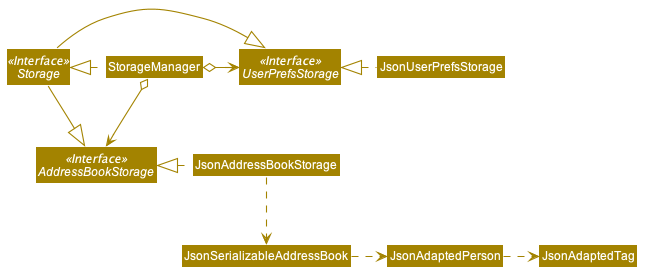
Earlier version of the PlantUML export docs/images/StorageClassDiagram.png (nus-cs2103-AY2021S2/tp).
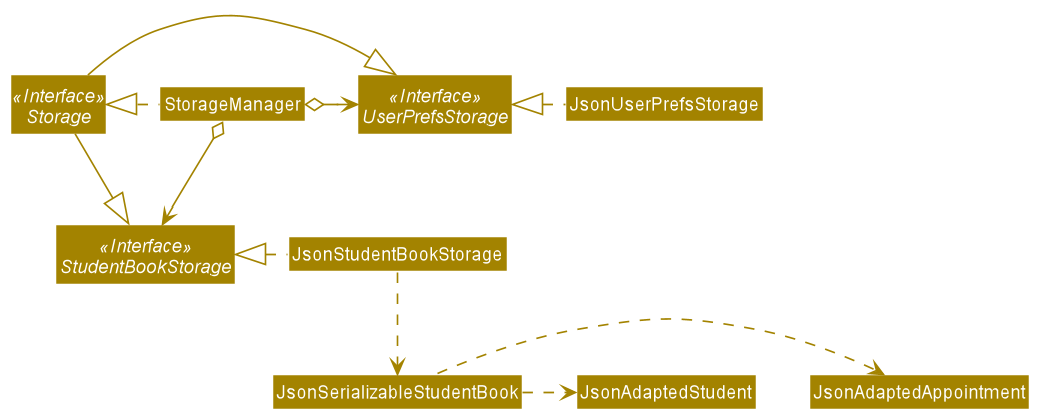
The same diagram one commit later.

What changed in the source:
```diff
@@ -1,74 +1,28 @@
 @startuml
-
-
-
-
-
-
-
-
-skinparam BackgroundColor #FFFFFFF
-
-skinparam Shadowing false
-
-skinparam Class {
-    FontColor #FFFFFF
-    BorderThickness 1
-    BorderColor #FFFFFF
-    StereotypeFontColor #FFFFFF
-    FontName Arial
-}
-
-skinparam Actor {
-    BorderColor #000000
-    Color #000000
-    FontName Arial
-}
-
-skinparam Sequence {
-    MessageAlign center
-    BoxFontSize 15
-    BoxPadding 0
-    BoxFontColor #FFFFFF
-    FontName Arial
-}
-
-skinparam Participant {
-    FontColor #FFFFFFF
-    Padding 20
-}
-
-skinparam MinClassWidth 50
-skinparam ParticipantPadding 10
-skinparam Shadowing false
-skinparam DefaultTextAlignment center
-skinparam packageStyle Rectangle
-
-hide footbox
-hide members
-hide circle
+!include style.puml
 skinparam arrowThickness 1.1
-skinparam arrowColor #A38300
-skinparam classBackgroundColor #A38300
+skinparam arrowColor STORAGE_COLOR
+skinparam classBackgroundColor STORAGE_COLOR
 
 Interface Storage <<Interface>>
 Interface UserPrefsStorage <<Interface>>
-Interface AddressBookStorage <<Interface>>
+Interface StudentBookStorage <<Interface>>
 
 Class StorageManager
 Class JsonUserPrefsStorage
-Class JsonAddressBookStorage
+Class JsonStudentBookStorage
 
 StorageManager .left.|> Storage
 StorageManager o-right-> UserPrefsStorage
-StorageManager o--> AddressBookStorage
+StorageManager o--> StudentBookStorage
 
 Storage -|> UserPrefsStorage
-Storage -|> AddressBookStorage
+Storage -|> StudentBookStorage
 
 JsonUserPrefsStorage .left.|> UserPrefsStorage
-JsonAddressBookStorage .left.|> AddressBookStorage
-JsonAddressBookStorage .down.> JsonSerializableAddressBook
-JsonSerializableAddressBook .right.> JsonAdaptedPerson
-JsonAdaptedPerson .right.> JsonAdaptedTag
+JsonStudentBookStorage .left.|> StudentBookStorage
+JsonStudentBookStorage .down.> JsonSerializableStudentBook
+JsonSerializableStudentBook .right.> JsonAdaptedAppointment
+JsonSerializableStudentBook .right.> JsonAdaptedStudent
+
 @enduml
```
